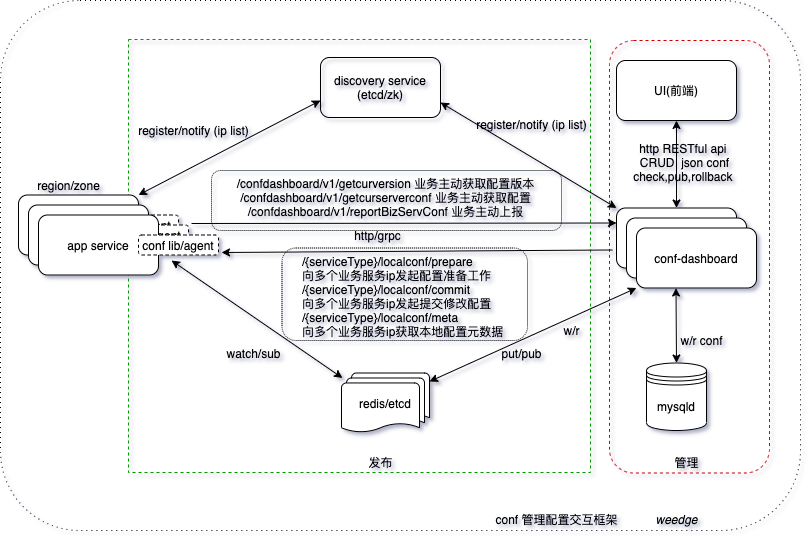
The draw.io diagram config-arch.drawio.png in weedge/mypic, before a commit. Source tidied: cells renumbered, new cells last; positions are measured from the earlier drawing's top-left corner, leaving out a move shared by most shapes.
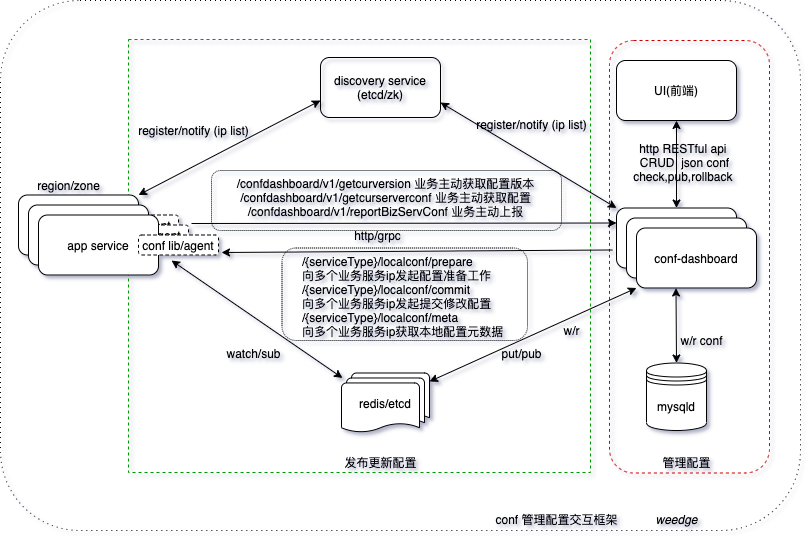
The same file after the commit.

What changed in the source:
```diff
@@ -130,11 +130,11 @@
     <mxCell id="39" style="rounded=1;whiteSpace=wrap;html=1;fontFamily=Helvetica;dashed=1;dashPattern=1 1;fillColor=none;" parent="1" vertex="1">
       <mxGeometry x="281.5" y="247.5" width="245.5" height="92.5" as="geometry" />
     </mxCell>
-    <mxCell id="40" value="管理" style="text;html=1;align=center;verticalAlign=middle;strokeColor=none;fillColor=none;" parent="1" vertex="1">
-      <mxGeometry x="666" y="452" width="40" height="20" as="geometry" />
+    <mxCell id="40" value="管理配置" style="text;html=1;align=center;verticalAlign=middle;strokeColor=none;fillColor=none;" parent="1" vertex="1">
+      <mxGeometry x="656" y="452" width="60" height="20" as="geometry" />
     </mxCell>
-    <mxCell id="41" value="发布" style="text;html=1;align=center;verticalAlign=middle;strokeColor=none;fillColor=none;" parent="1" vertex="1">
-      <mxGeometry x="360" y="452" width="40" height="20" as="geometry" />
+    <mxCell id="41" value="发布更新配置" style="text;html=1;align=center;verticalAlign=middle;strokeColor=none;fillColor=none;" parent="1" vertex="1">
+      <mxGeometry x="335" y="452" width="90" height="20" as="geometry" />
     </mxCell>
     <mxCell id="42" value="region/zone" style="text;html=1;align=center;verticalAlign=middle;strokeColor=none;fillColor=none;" parent="1" vertex="1">
       <mxGeometry x="28" y="174.5" width="80" height="20" as="geometry" />
```
